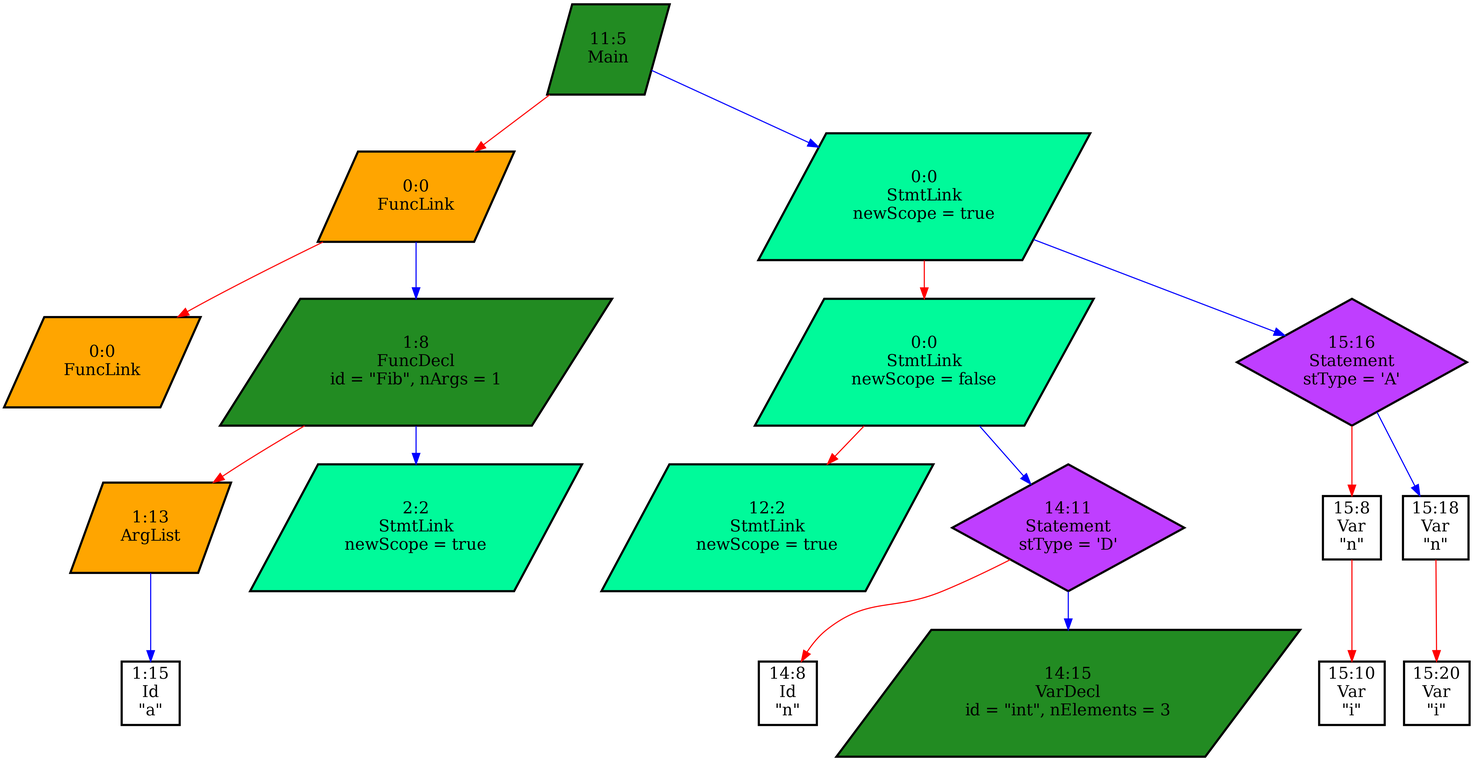
Before: core86/ast.png, a diagram exported from Graphviz (JulesIMF/HCC_86). Its source is kept beside it as core86/dbg/astsrc/ast.dot. Its diagram source:
```dot
digraph
{
dpi = 300;
v0x55ef550dc780[label = "11:5\nMain", shape = "parallelogram", fillcolor = "forestgreen", style = "filled, bold", fontsize = 15];
v0x55ef550dc780->v0x55ef550dd030 [color = "red"]
v0x55ef550dd030[label = "0:0\nFuncLink", shape = "parallelogram", fillcolor = "orange", style = "filled, bold", fontsize = 15];
v0x55ef550dd030->v0x55ef550dcfe0 [color = "red"]
v0x55ef550dcfe0[label = "0:0\nFuncLink", shape = "parallelogram", fillcolor = "orange", style = "filled, bold", fontsize = 15];
v0x55ef550dd030->v0x55ef550dc570 [color = "blue"]
v0x55ef550dc570[label = "1:8\nFuncDecl\nid = \"Fib\", nArgs = 1", shape = "parallelogram", style = "filled, bold", fillcolor = "forestgreen", fontsize = 15];
v0x55ef550dc570->v0x55ef550dc5f0 [color = "red"]
v0x55ef550dc5f0[label = "1:13\nArgList", shape = "parallelogram", fillcolor = "orange", style = "filled, bold", fontsize = 15];
v0x55ef550dc5f0->v0x55ef550dc640 [color = "blue"]
v0x55ef550dc640[label = "1:15\nId\n\"a\"", shape = "record", style = "bold", fontsize = 15];
v0x55ef550dc570->v0x55ef550dc6e0 [color = "blue"]
v0x55ef550dc6e0[label = "2:2\nStmtLink\nnewScope = true", shape = "parallelogram", fillcolor = "mediumspringgreen", style = "filled, bold", fontsize = 15];
v0x55ef550dc780->v0x55ef550dd0d0 [color = "blue"]
v0x55ef550dd0d0[label = "0:0\nStmtLink\nnewScope = true", shape = "parallelogram", fillcolor = "mediumspringgreen", style = "filled, bold", fontsize = 15];
v0x55ef550dd0d0->v0x55ef550dd080 [color = "red"]
v0x55ef550dd080[label = "0:0\nStmtLink\nnewScope = false", shape = "parallelogram", fillcolor = "mediumspringgreen", style = "filled, bold", fontsize = 15];
v0x55ef550dd080->v0x55ef550dc7d0 [color = "red"]
v0x55ef550dc7d0[label = "12:2\nStmtLink\nnewScope = true", shape = "parallelogram", fillcolor = "mediumspringgreen", style = "filled, bold", fontsize = 15];
v0x55ef550dd080->v0x55ef550dc950 [color = "blue"]
v0x55ef550dc950[label = "14:11\nStatement\nstType = 'D'", shape = "diamond", style = "filled, bold", fillcolor = "darkorchid1", fontsize = 15];
v0x55ef550dc950->v0x55ef550dc900 [color = "red"]
v0x55ef550dc900[label = "14:8\nId\n\"n\"", shape = "record", style = "bold", fontsize = 15];
v0x55ef550dc950->v0x55ef550dc9a0 [color = "blue"]
v0x55ef550dc9a0[label = "14:15\nVarDecl\nid = \"int\", nElements = 3", shape = "parallelogram", style = "filled, bold", fillcolor = "forestgreen", fontsize = 15];
v0x55ef550dd0d0->v0x55ef550dcdb0 [color = "blue"]
v0x55ef550dcdb0[label = "15:16\nStatement\nstType = 'A'", shape = "diamond", style = "filled, bold", fillcolor = "darkorchid1", fontsize = 15];
v0x55ef550dcdb0->v0x55ef550dcc40 [color = "red"]
v0x55ef550dcc40[label = "15:8\nVar\n\"n\"", shape = "record", style = "bold", fontsize = 15];
v0x55ef550dcc40->v0x55ef550dcd10 [color = "red"]
v0x55ef550dcd10[label = "15:10\nVar\n\"i\"", shape = "record", style = "bold", fontsize = 15];
v0x55ef550dcdb0->v0x55ef550dce00 [color = "blue"]
v0x55ef550dce00[label = "15:18\nVar\n\"n\"", shape = "record", style = "bold", fontsize = 15];
v0x55ef550dce00->v0x55ef550dcea0 [color = "red"]
v0x55ef550dcea0[label = "15:20\nVar\n\"i\"", shape = "record", style = "bold", fontsize = 15];
}
```
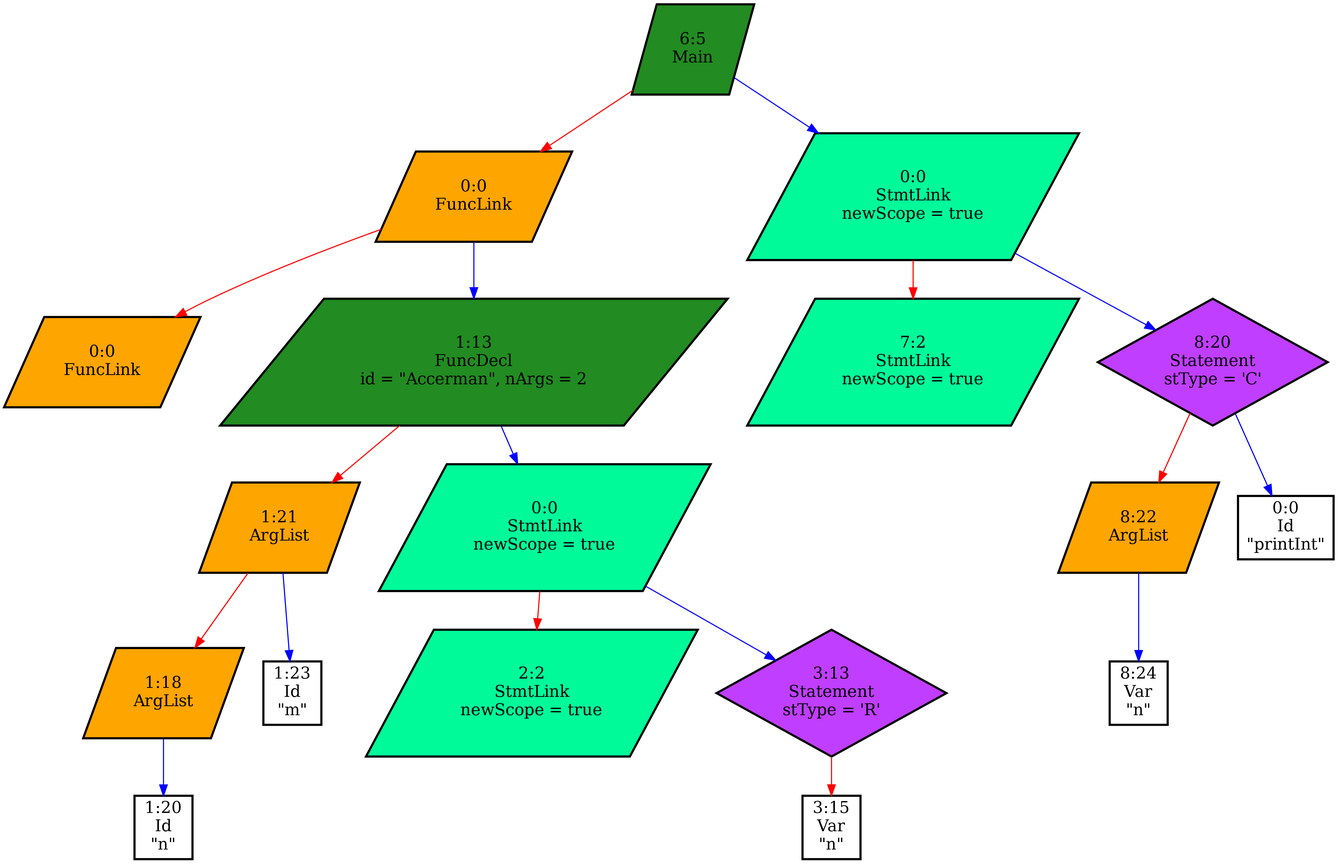
The same diagram one commit later.

What changed in the source:
```diff
@@ -1,39 +1,39 @@
 digraph
 {
 dpi = 300;
-v0x55ef550dc780[label = "11:5\nMain", shape = "parallelogram", fillcolor = "forestgreen", style = "filled, bold", fontsize = 15];
-v0x55ef550dc780->v0x55ef550dd030 [color = "red"]
-v0x55ef550dd030[label = "0:0\nFuncLink", shape = "parallelogram", fillcolor = "orange", style = "filled, bold", fontsize = 15];
-v0x55ef550dd030->v0x55ef550dcfe0 [color = "red"]
-v0x55ef550dcfe0[label = "0:0\nFuncLink", shape = "parallelogram", fillcolor = "orange", style = "filled, bold", fontsize = 15];
-v0x55ef550dd030->v0x55ef550dc570 [color = "blue"]
-v0x55ef550dc570[label = "1:8\nFuncDecl\nid = \"Fib\", nArgs = 1", shape = "parallelogram", style = "filled, bold", fillcolor = "forestgreen", fontsize = 15];
-v0x55ef550dc570->v0x55ef550dc5f0 [color = "red"]
-v0x55ef550dc5f0[label = "1:13\nArgList", shape = "parallelogram", fillcolor = "orange", style = "filled, bold", fontsize = 15];
-v0x55ef550dc5f0->v0x55ef550dc640 [color = "blue"]
-v0x55ef550dc640[label = "1:15\nId\n\"a\"", shape = "record", style = "bold", fontsize = 15];
-v0x55ef550dc570->v0x55ef550dc6e0 [color = "blue"]
-v0x55ef550dc6e0[label = "2:2\nStmtLink\nnewScope = true", shape = "parallelogram", fillcolor = "mediumspringgreen", style = "filled, bold", fontsize = 15];
-v0x55ef550dc780->v0x55ef550dd0d0 [color = "blue"]
-v0x55ef550dd0d0[label = "0:0\nStmtLink\nnewScope = true", shape = "parallelogram", fillcolor = "mediumspringgreen", style = "filled, bold", fontsize = 15];
-v0x55ef550dd0d0->v0x55ef550dd080 [color = "red"]
-v0x55ef550dd080[label = "0:0\nStmtLink\nnewScope = false", shape = "parallelogram", fillcolor = "mediumspringgreen", style = "filled, bold", fontsize = 15];
-v0x55ef550dd080->v0x55ef550dc7d0 [color = "red"]
-v0x55ef550dc7d0[label = "12:2\nStmtLink\nnewScope = true", shape = "parallelogram", fillcolor = "mediumspringgreen", style = "filled, bold", fontsize = 15];
-v0x55ef550dd080->v0x55ef550dc950 [color = "blue"]
-v0x55ef550dc950[label = "14:11\nStatement\nstType = 'D'", shape = "diamond", style = "filled, bold", fillcolor = "darkorchid1", fontsize = 15];
-v0x55ef550dc950->v0x55ef550dc900 [color = "red"]
-v0x55ef550dc900[label = "14:8\nId\n\"n\"", shape = "record", style = "bold", fontsize = 15];
-v0x55ef550dc950->v0x55ef550dc9a0 [color = "blue"]
-v0x55ef550dc9a0[label = "14:15\nVarDecl\nid = \"int\", nElements = 3", shape = "parallelogram", style = "filled, bold", fillcolor = "forestgreen", fontsize = 15];
-v0x55ef550dd0d0->v0x55ef550dcdb0 [color = "blue"]
-v0x55ef550dcdb0[label = "15:16\nStatement\nstType = 'A'", shape = "diamond", style = "filled, bold", fillcolor = "darkorchid1", fontsize = 15];
-v0x55ef550dcdb0->v0x55ef550dcc40 [color = "red"]
-v0x55ef550dcc40[label = "15:8\nVar\n\"n\"", shape = "record", style = "bold", fontsize = 15];
-v0x55ef550dcc40->v0x55ef550dcd10 [color = "red"]
-v0x55ef550dcd10[label = "15:10\nVar\n\"i\"", shape = "record", style = "bold", fontsize = 15];
-v0x55ef550dcdb0->v0x55ef550dce00 [color = "blue"]
-v0x55ef550dce00[label = "15:18\nVar\n\"n\"", shape = "record", style = "bold", fontsize = 15];
-v0x55ef550dce00->v0x55ef550dcea0 [color = "red"]
-v0x55ef550dcea0[label = "15:20\nVar\n\"i\"", shape = "record", style = "bold", fontsize = 15];
+v0x5634d3333980[label = "6:5\nMain", shape = "parallelogram", fillcolor = "forestgreen", style = "filled, bold", fontsize = 15];
+v0x5634d3333980->v0x5634d3333e80 [color = "red"]
+v0x5634d3333e80[label = "0:0\nFuncLink", shape = "parallelogram", fillcolor = "orange", style = "filled, bold", fontsize = 15];
+v0x5634d3333e80->v0x5634d3333de0 [color = "red"]
+v0x5634d3333de0[label = "0:0\nFuncLink", shape = "parallelogram", fillcolor = "orange", style = "filled, bold", fontsize = 15];
+v0x5634d3333e80->v0x5634d3333550 [color = "blue"]
+v0x5634d3333550[label = "1:13\nFuncDecl\nid = \"Accerman\", nArgs = 2", shape = "parallelogram", style = "filled, bold", fillcolor = "forestgreen", fontsize = 15];
+v0x5634d3333550->v0x5634d33336c0 [color = "red"]
+v0x5634d33336c0[label = "1:21\nArgList", shape = "parallelogram", fillcolor = "orange", style = "filled, bold", fontsize = 15];
+v0x5634d33336c0->v0x5634d33335d0 [color = "red"]
+v0x5634d33335d0[label = "1:18\nArgList", shape = "parallelogram", fillcolor = "orange", style = "filled, bold", fontsize = 15];
+v0x5634d33335d0->v0x5634d3333620 [color = "blue"]
+v0x5634d3333620[label = "1:20\nId\n\"n\"", shape = "record", style = "bold", fontsize = 15];
+v0x5634d33336c0->v0x5634d3333710 [color = "blue"]
+v0x5634d3333710[label = "1:23\nId\n\"m\"", shape = "record", style = "bold", fontsize = 15];
+v0x5634d3333550->v0x5634d3333e30 [color = "blue"]
+v0x5634d3333e30[label = "0:0\nStmtLink\nnewScope = true", shape = "parallelogram", fillcolor = "mediumspringgreen", style = "filled, bold", fontsize = 15];
+v0x5634d3333e30->v0x5634d3333760 [color = "red"]
+v0x5634d3333760[label = "2:2\nStmtLink\nnewScope = true", shape = "parallelogram", fillcolor = "mediumspringgreen", style = "filled, bold", fontsize = 15];
+v0x5634d3333e30->v0x5634d3333890 [color = "blue"]
+v0x5634d3333890[label = "3:13\nStatement\nstType = 'R'", shape = "diamond", style = "filled, bold", fillcolor = "darkorchid1", fontsize = 15];
+v0x5634d3333890->v0x5634d33338e0 [color = "red"]
+v0x5634d33338e0[label = "3:15\nVar\n\"n\"", shape = "record", style = "bold", fontsize = 15];
+v0x5634d3333980->v0x5634d3333f20 [color = "blue"]
+v0x5634d3333f20[label = "0:0\nStmtLink\nnewScope = true", shape = "parallelogram", fillcolor = "mediumspringgreen", style = "filled, bold", fontsize = 15];
+v0x5634d3333f20->v0x5634d33339d0 [color = "red"]
+v0x5634d33339d0[label = "7:2\nStmtLink\nnewScope = true", shape = "parallelogram", fillcolor = "mediumspringgreen", style = "filled, bold", fontsize = 15];
+v0x5634d3333f20->v0x5634d3333af0 [color = "blue"]
+v0x5634d3333af0[label = "8:20\nStatement\nstType = 'C'", shape = "diamond", style = "filled, bold", fillcolor = "darkorchid1", fontsize = 15];
+v0x5634d3333af0->v0x5634d3333c50 [color = "red"]
+v0x5634d3333c50[label = "8:22\nArgList", shape = "parallelogram", fillcolor = "orange", style = "filled, bold", fontsize = 15];
+v0x5634d3333c50->v0x5634d3333ca0 [color = "blue"]
+v0x5634d3333ca0[label = "8:24\nVar\n\"n\"", shape = "record", style = "bold", fontsize = 15];
+v0x5634d3333af0->v0x5634d3333ed0 [color = "blue"]
+v0x5634d3333ed0[label = "0:0\nId\n\"printInt\"", shape = "record", style = "bold", fontsize = 15];
 }
```
